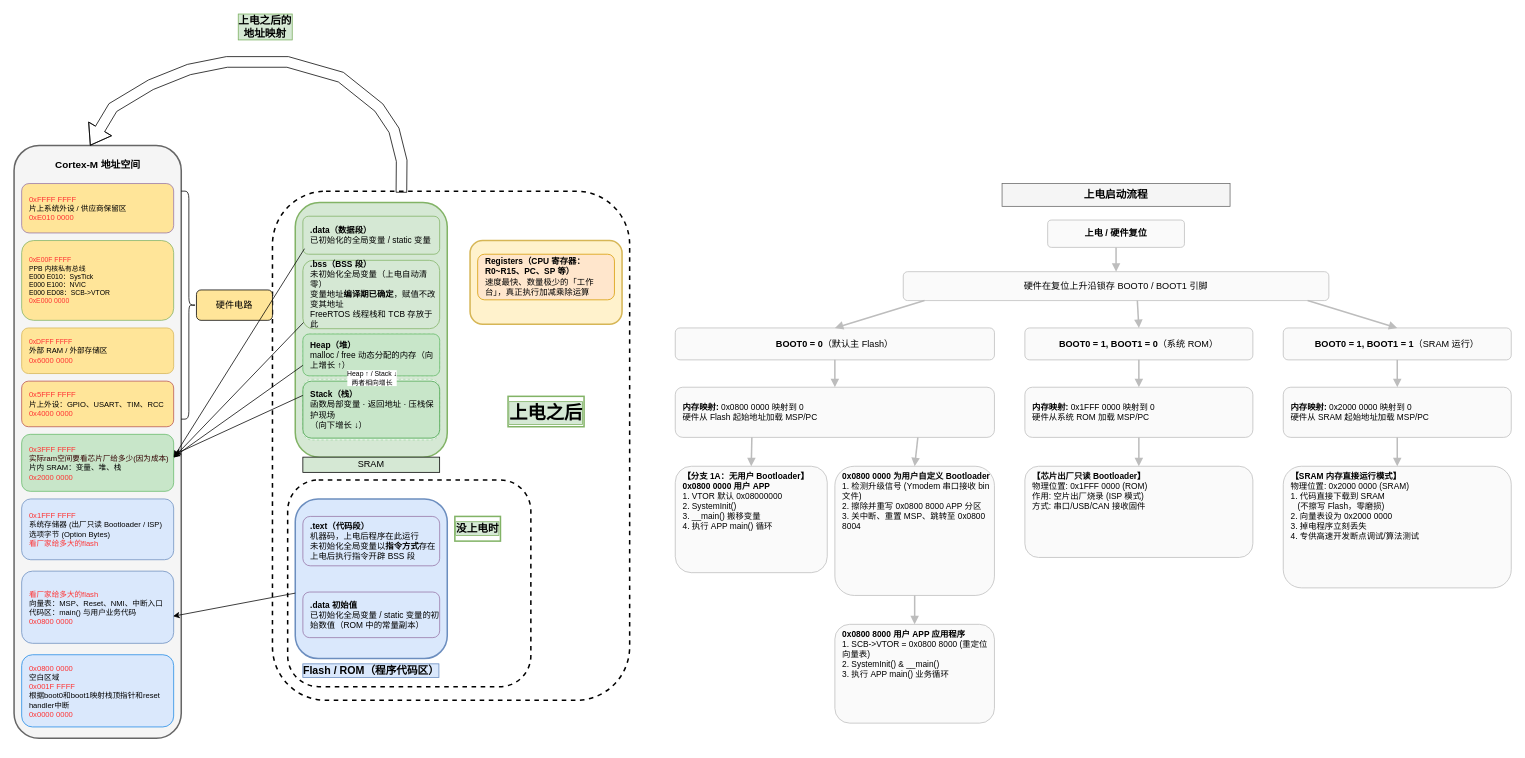
This is 术中自有万钟粟/Cortex-M4内核原理/arm_mcu内存划分.drawio from evil0knight/Basic_learning_record, a draw.io file, before an edit. Source tidied: cells renumbered, new cells numbered last; positions are measured from the earlier drawing's top-left corner, leaving out a move shared by most shapes. Both pictures are drawn from the tidied source at 76%, with x=0, y=0 at pixel (14, 62).
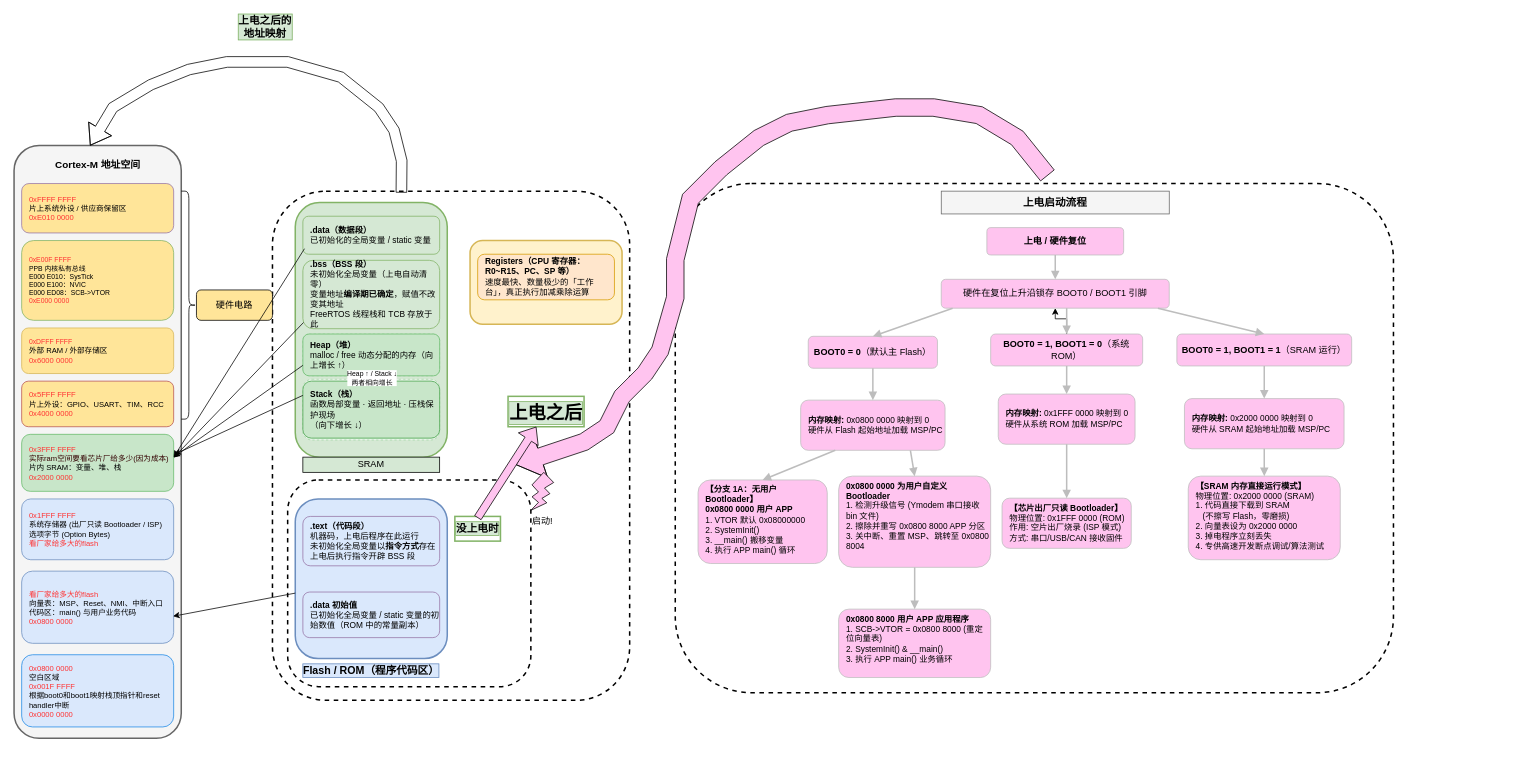
After the change.

Commit message:
更新arm_mcu内存划分.drawio

Unchanged cells that the change refers to:
```xml
<mxCell id="57" value="&lt;font style=&quot;font-size: 24px;&quot;&gt;上电之后&lt;/font&gt;" style="whiteSpace=wrap;html=1;rounded=0;strokeColor=#82b366;strokeWidth=2;align=center;verticalAlign=top;fontFamily=Helvetica;fontSize=14;fontColor=default;fontStyle=1;labelBorderColor=#82b366;labelBackgroundColor=#d5e8d4;fillColor=#FFFFFF;" parent="1" vertex="1">
  <mxGeometry x="650" y="440" width="100" height="40" as="geometry" />
</mxCell>
```

What changed in the source:
```diff
@@
+    <mxCell id="69" style="rounded=1;dashed=1;strokeWidth=2;whiteSpace=wrap;html=1;fillColor=none;" parent="1" vertex="1">
+      <mxGeometry x="870" y="160" width="945" height="670" as="geometry" />
+    </mxCell>
@@
     <mxCell id="20" value="&lt;b&gt;上电启动流程&lt;/b&gt;" style="rounded=0;whiteSpace=wrap;html=1;fillColor=#f5f5f5;strokeColor=#666666;fontSize=14;fontStyle=1;align=center;" parent="1" vertex="1">
-      <mxGeometry x="1300" y="160" width="300" height="30" as="geometry" />
+      <mxGeometry x="1220" y="170" width="300" height="30" as="geometry" />
     </mxCell>
-    <mxCell id="21" value="&lt;b&gt;上电 / 硬件复位&lt;/b&gt;" style="rounded=1;whiteSpace=wrap;html=1;fillColor=#fafafa;strokeColor=#bdbdbd;fontSize=12;fontStyle=1;align=center;" parent="1" vertex="1">
-      <mxGeometry x="1360" y="208" width="180" height="36" as="geometry" />
+    <mxCell id="21" value="&lt;b&gt;上电 / 硬件复位&lt;/b&gt;" style="rounded=1;whiteSpace=wrap;html=1;fillColor=#FFC4EF;strokeColor=#bdbdbd;fontSize=12;fontStyle=1;align=center;" parent="1" vertex="1">
+      <mxGeometry x="1280" y="218" width="180" height="36" as="geometry" />
     </mxCell>
-    <mxCell id="22" value="硬件在复位上升沿锁存 BOOT0 / BOOT1 引脚" style="rounded=1;whiteSpace=wrap;html=1;fillColor=#fafafa;strokeColor=#bdbdbd;fontSize=12;align=center;" parent="1" vertex="1">
-      <mxGeometry x="1170" y="276" width="560" height="38" as="geometry" />
+    <mxCell id="22" value="硬件在复位上升沿锁存 BOOT0 / BOOT1 引脚" style="rounded=1;whiteSpace=wrap;html=1;fillColor=#FFC4EF;strokeColor=#bdbdbd;fontSize=12;align=center;" parent="1" vertex="1">
+      <mxGeometry x="1220" y="286" width="300" height="38" as="geometry" />
     </mxCell>
-    <mxCell id="23" value="&lt;b&gt;BOOT0 = 0&lt;/b&gt;（默认主 Flash）" style="rounded=1;whiteSpace=wrap;html=1;fillColor=#fafafa;strokeColor=#bdbdbd;fontSize=12;align=center;" parent="1" vertex="1">
-      <mxGeometry x="870" y="350" width="420" height="42" as="geometry" />
+    <mxCell id="23" value="&lt;b&gt;BOOT0 = 0&lt;/b&gt;（默认主 Flash）" style="rounded=1;whiteSpace=wrap;html=1;fillColor=#FFC4EF;strokeColor=#bdbdbd;fontSize=12;align=center;" parent="1" vertex="1">
+      <mxGeometry x="1045" y="361" width="170" height="42" as="geometry" />
     </mxCell>
+    <mxCell id="70" style="edgeStyle=orthogonalEdgeStyle;rounded=0;jettySize=auto;html=1;fontFamily=Helvetica;fontSize=14;fontColor=default;fontStyle=1;labelBorderColor=#82b366;labelBackgroundColor=#d5e8d4;" parent="1" edge="1" source="24" target="22">
+      <mxGeometry relative="1" as="geometry" />
+    </mxCell>
-    <mxCell id="24" value="&lt;b&gt;BOOT0 = 1, BOOT1 = 0&lt;/b&gt;（系统 ROM）" style="rounded=1;whiteSpace=wrap;html=1;fillColor=#fafafa;strokeColor=#bdbdbd;fontSize=12;align=center;" parent="1" vertex="1">
-      <mxGeometry x="1330" y="350" width="300" height="42" as="geometry" />
+    <mxCell id="24" value="&lt;b&gt;BOOT0 = 1, BOOT1 = 0&lt;/b&gt;（系统 ROM）" style="rounded=1;whiteSpace=wrap;html=1;fillColor=#FFC4EF;strokeColor=#bdbdbd;fontSize=12;align=center;" parent="1" vertex="1">
+      <mxGeometry x="1285" y="358" width="200" height="42" as="geometry" />
     </mxCell>
-    <mxCell id="25" value="&lt;b&gt;BOOT0 = 1, BOOT1 = 1&lt;/b&gt;（SRAM 运行）" style="rounded=1;whiteSpace=wrap;html=1;fillColor=#fafafa;strokeColor=#bdbdbd;fontSize=12;align=center;" parent="1" vertex="1">
-      <mxGeometry x="1670" y="350" width="300" height="42" as="geometry" />
+    <mxCell id="25" value="&lt;b&gt;BOOT0 = 1, BOOT1 = 1&lt;/b&gt;（SRAM 运行）" style="rounded=1;whiteSpace=wrap;html=1;fillColor=#FFC4EF;strokeColor=#bdbdbd;fontSize=12;align=center;" parent="1" vertex="1">
+      <mxGeometry x="1530" y="358" width="230" height="42" as="geometry" />
     </mxCell>
-    <mxCell id="26" value="&lt;b&gt;内存映射:&lt;/b&gt; 0x0800 0000 映射到 0&lt;br&gt;硬件从 Flash 起始地址加载 MSP/PC" style="rounded=1;whiteSpace=wrap;html=1;fillColor=#fafafa;strokeColor=#bdbdbd;fontSize=11;align=left;spacingLeft=8;verticalAlign=middle;" parent="1" vertex="1">
-      <mxGeometry x="870" y="428" width="420" height="66" as="geometry" />
+    <mxCell id="26" value="&lt;b&gt;内存映射:&lt;/b&gt; 0x0800 0000 映射到 0&lt;br&gt;硬件从 Flash 起始地址加载 MSP/PC" style="rounded=1;whiteSpace=wrap;html=1;fillColor=#FFC4EF;strokeColor=#bdbdbd;fontSize=11;align=left;spacingLeft=8;verticalAlign=middle;" parent="1" vertex="1">
+      <mxGeometry x="1035" y="445" width="190" height="66" as="geometry" />
     </mxCell>
-    <mxCell id="27" value="&lt;b&gt;内存映射:&lt;/b&gt; 0x1FFF 0000 映射到 0&lt;br&gt;硬件从系统 ROM 加载 MSP/PC" style="rounded=1;whiteSpace=wrap;html=1;fillColor=#fafafa;strokeColor=#bdbdbd;fontSize=11;align=left;spacingLeft=8;verticalAlign=middle;" parent="1" vertex="1">
-      <mxGeometry x="1330" y="428" width="300" height="66" as="geometry" />
+    <mxCell id="27" value="&lt;b&gt;内存映射:&lt;/b&gt; 0x1FFF 0000 映射到 0&lt;br&gt;硬件从系统 ROM 加载 MSP/PC" style="rounded=1;whiteSpace=wrap;html=1;fillColor=#FFC4EF;strokeColor=#bdbdbd;fontSize=11;align=left;spacingLeft=8;verticalAlign=middle;" parent="1" vertex="1">
+      <mxGeometry x="1295" y="437" width="180" height="66" as="geometry" />
     </mxCell>
-    <mxCell id="28" value="&lt;b&gt;内存映射:&lt;/b&gt; 0x2000 0000 映射到 0&lt;br&gt;硬件从 SRAM 起始地址加载 MSP/PC" style="rounded=1;whiteSpace=wrap;html=1;fillColor=#fafafa;strokeColor=#bdbdbd;fontSize=11;align=left;spacingLeft=8;verticalAlign=middle;" parent="1" vertex="1">
-      <mxGeometry x="1670" y="428" width="300" height="66" as="geometry" />
+    <mxCell id="28" value="&lt;b&gt;内存映射:&lt;/b&gt; 0x2000 0000 映射到 0&lt;br&gt;硬件从 SRAM 起始地址加载 MSP/PC" style="rounded=1;whiteSpace=wrap;html=1;fillColor=#FFC4EF;strokeColor=#bdbdbd;fontSize=11;align=left;spacingLeft=8;verticalAlign=middle;" parent="1" vertex="1">
+      <mxGeometry x="1540" y="443" width="210" height="66" as="geometry" />
     </mxCell>
-    <mxCell id="29" value="&lt;b&gt;【分支 1A：无用户 Bootloader】&lt;/b&gt;&lt;br&gt;&lt;b&gt;0x0800 0000 用户 APP&lt;/b&gt;&lt;br&gt;1. VTOR 默认 0x08000000&lt;br&gt;2. SystemInit()&lt;br&gt;3. __main() 搬移变量&lt;br&gt;4. 执行 APP main() 循环" style="rounded=1;whiteSpace=wrap;html=1;fillColor=#fafafa;strokeColor=#bdbdbd;fontSize=11;align=left;spacingLeft=8;verticalAlign=top;" parent="1" vertex="1">
-      <mxGeometry x="870" y="532" width="200" height="140" as="geometry" />
+    <mxCell id="29" value="&lt;b&gt;【分支 1A：无用户 Bootloader】&lt;/b&gt;&lt;br&gt;&lt;b&gt;0x0800 0000 用户 APP&lt;/b&gt;&lt;br&gt;1. VTOR 默认 0x08000000&lt;br&gt;2. SystemInit()&lt;br&gt;3. __main() 搬移变量&lt;br&gt;4. 执行 APP main() 循环" style="rounded=1;whiteSpace=wrap;html=1;fillColor=#FFC4EF;strokeColor=#bdbdbd;fontSize=11;align=left;spacingLeft=8;verticalAlign=top;" parent="1" vertex="1">
+      <mxGeometry x="900" y="550" width="170" height="110" as="geometry" />
     </mxCell>
-    <mxCell id="30" value="&lt;b&gt;0x0800 0000 为用户自定义 Bootloader&lt;/b&gt;&lt;br&gt;1. 检测升级信号 (Ymodem 串口接收 bin 文件)&lt;br&gt;2. 擦除并重写 0x0800 8000 APP 分区&lt;br&gt;3. 关中断、重置 MSP、跳转至 0x0800 8004" style="rounded=1;whiteSpace=wrap;html=1;fillColor=#fafafa;strokeColor=#bdbdbd;fontSize=11;align=left;spacingLeft=8;verticalAlign=top;" parent="1" vertex="1">
-      <mxGeometry x="1080" y="532" width="210" height="170" as="geometry" />
+    <mxCell id="30" value="&lt;b&gt;0x0800 0000 为用户自定义 Bootloader&lt;/b&gt;&lt;br&gt;1. 检测升级信号 (Ymodem 串口接收 bin 文件)&lt;br&gt;2. 擦除并重写 0x0800 8000 APP 分区&lt;br&gt;3. 关中断、重置 MSP、跳转至 0x0800 8004" style="rounded=1;whiteSpace=wrap;html=1;fillColor=#FFC4EF;strokeColor=#bdbdbd;fontSize=11;align=left;spacingLeft=8;verticalAlign=top;" parent="1" vertex="1">
+      <mxGeometry x="1085" y="545" width="200" height="120" as="geometry" />
     </mxCell>
-    <mxCell id="31" value="&lt;b&gt;0x0800 8000 用户 APP 应用程序&lt;/b&gt;&lt;br&gt;1. SCB-&gt;VTOR = 0x0800 8000 (重定位向量表)&lt;br&gt;2. SystemInit() &amp; __main()&lt;br&gt;3. 执行 APP main() 业务循环" style="rounded=1;whiteSpace=wrap;html=1;fillColor=#fafafa;strokeColor=#bdbdbd;fontSize=11;align=left;spacingLeft=8;verticalAlign=top;" parent="1" vertex="1">
-      <mxGeometry x="1080" y="740" width="210" height="130" as="geometry" />
+    <mxCell id="31" value="&lt;b&gt;0x0800 8000 用户 APP 应用程序&lt;/b&gt;&lt;br&gt;1. SCB-&gt;VTOR = 0x0800 8000 (重定位向量表)&lt;br&gt;2. SystemInit() &amp; __main()&lt;br&gt;3. 执行 APP main() 业务循环" style="rounded=1;whiteSpace=wrap;html=1;fillColor=#FFC4EF;strokeColor=#bdbdbd;fontSize=11;align=left;spacingLeft=8;verticalAlign=top;" parent="1" vertex="1">
+      <mxGeometry x="1085" y="720" width="200" height="90" as="geometry" />
     </mxCell>
-    <mxCell id="32" value="&lt;b&gt;【芯片出厂只读 Bootloader】&lt;/b&gt;&lt;br&gt;物理位置: 0x1FFF 0000 (ROM)&lt;br&gt;作用: 空片出厂烧录 (ISP 模式)&lt;br&gt;方式: 串口/USB/CAN 接收固件" style="rounded=1;whiteSpace=wrap;html=1;fillColor=#fafafa;strokeColor=#bdbdbd;fontSize=11;align=left;spacingLeft=8;verticalAlign=top;" parent="1" vertex="1">
-      <mxGeometry x="1330" y="532" width="300" height="120" as="geometry" />
+    <mxCell id="32" value="&lt;b&gt;【芯片出厂只读 Bootloader】&lt;/b&gt;&lt;br&gt;物理位置: 0x1FFF 0000 (ROM)&lt;br&gt;作用: 空片出厂烧录 (ISP 模式)&lt;br&gt;方式: 串口/USB/CAN 接收固件" style="rounded=1;whiteSpace=wrap;html=1;fillColor=#FFC4EF;strokeColor=#bdbdbd;fontSize=11;align=left;spacingLeft=8;verticalAlign=top;" parent="1" vertex="1">
+      <mxGeometry x="1300" y="574" width="170" height="66" as="geometry" />
     </mxCell>
-    <mxCell id="33" value="&lt;b&gt;【SRAM 内存直接运行模式】&lt;/b&gt;&lt;br&gt;物理位置: 0x2000 0000 (SRAM)&lt;br&gt;1. 代码直接下载到 SRAM&lt;br&gt;&amp;nbsp;&amp;nbsp;&amp;nbsp;(不擦写 Flash，零磨损)&lt;br&gt;2. 向量表设为 0x2000 0000&lt;br&gt;3. 掉电程序立刻丢失&lt;br&gt;4. 专供高速开发断点调试/算法测试" style="rounded=1;whiteSpace=wrap;html=1;fillColor=#fafafa;strokeColor=#bdbdbd;fontSize=11;align=left;spacingLeft=8;verticalAlign=top;" parent="1" vertex="1">
-      <mxGeometry x="1670" y="532" width="300" height="160" as="geometry" />
+    <mxCell id="33" value="&lt;b&gt;【SRAM 内存直接运行模式】&lt;/b&gt;&lt;br&gt;物理位置: 0x2000 0000 (SRAM)&lt;br&gt;1. 代码直接下载到 SRAM&lt;br&gt;&amp;nbsp;&amp;nbsp;&amp;nbsp;(不擦写 Flash，零磨损)&lt;br&gt;2. 向量表设为 0x2000 0000&lt;br&gt;3. 掉电程序立刻丢失&lt;br&gt;4. 专供高速开发断点调试/算法测试" style="rounded=1;whiteSpace=wrap;html=1;fillColor=#FFC4EF;strokeColor=#bdbdbd;fontSize=11;align=left;spacingLeft=8;verticalAlign=top;" parent="1" vertex="1">
+      <mxGeometry x="1545" y="545" width="200" height="110" as="geometry" />
     </mxCell>
@@
+    <mxCell id="71" style="shape=flexArrow;endArrow=classic;html=1;rounded=0;fontFamily=Helvetica;fontSize=14;fontColor=default;fontStyle=1;labelBorderColor=#82b366;labelBackgroundColor=#d5e8d4;endWidth=36;endSize=11;width=23;fillColor=#FFC4EF;" parent="1" edge="1">
+      <mxGeometry relative="1" as="geometry">
+        <mxPoint x="1360" y="149.7" as="sourcePoint" />
+        <mxPoint x="660" y="530" as="targetPoint" />
+        <Array as="points">
+          <mxPoint x="1320" y="100" />
+          <mxPoint x="1270" y="70" />
+          <mxPoint x="1210" y="60" />
+          <mxPoint x="1160" y="60" />
+          <mxPoint x="1070" y="70" />
+          <mxPoint x="1020" y="80" />
+          <mxPoint x="980" y="100" />
+          <mxPoint x="930" y="140" />
+          <mxPoint x="890" y="180" />
+          <mxPoint x="870" y="260" />
+          <mxPoint x="870" y="310" />
+          <mxPoint x="850" y="380" />
+          <mxPoint x="830" y="410" />
+          <mxPoint x="800" y="440" />
+          <mxPoint x="780" y="480" />
+          <mxPoint x="750" y="500" />
+        </Array>
+      </mxGeometry>
+    </mxCell>
+    <mxCell id="72" style="shape=flexArrow;endArrow=classic;html=1;rounded=0;fontFamily=Helvetica;fontSize=14;fontColor=default;fontStyle=1;labelBorderColor=#82b366;labelBackgroundColor=#d5e8d4;fillColor=#FFC4EF;" parent="1" edge="1" target="57">
+      <mxGeometry relative="1" as="geometry">
+        <mxPoint x="610" y="600" as="sourcePoint" />
+      </mxGeometry>
+    </mxCell>
+    <mxCell id="73" value="启动!" style="verticalLabelPosition=bottom;verticalAlign=top;html=1;shape=mxgraph.basic.flash;fillColor=#FFC4EF;" parent="1" vertex="1">
+      <mxGeometry x="680" y="540" width="30" height="50" as="geometry" />
+    </mxCell>
```
